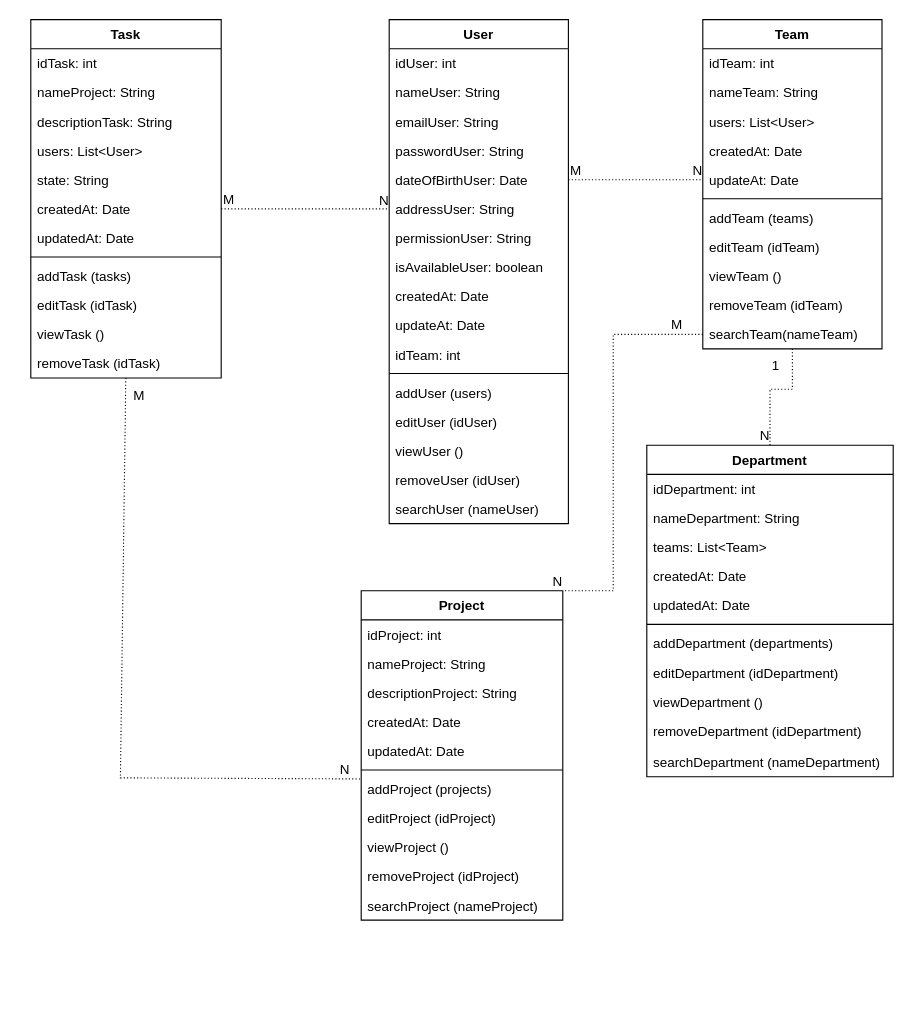
Above: oop/Untitled Diagram.drawio in hieunn301/ETC-intern (draw.io), before the change. Source tidied: cells renumbered, new cells numbered last; positions are measured from the earlier drawing's top-left corner, leaving out a move shared by most shapes. Both pictures are drawn from the tidied source at 112%, with x=0, y=0 at pixel (30, 19).
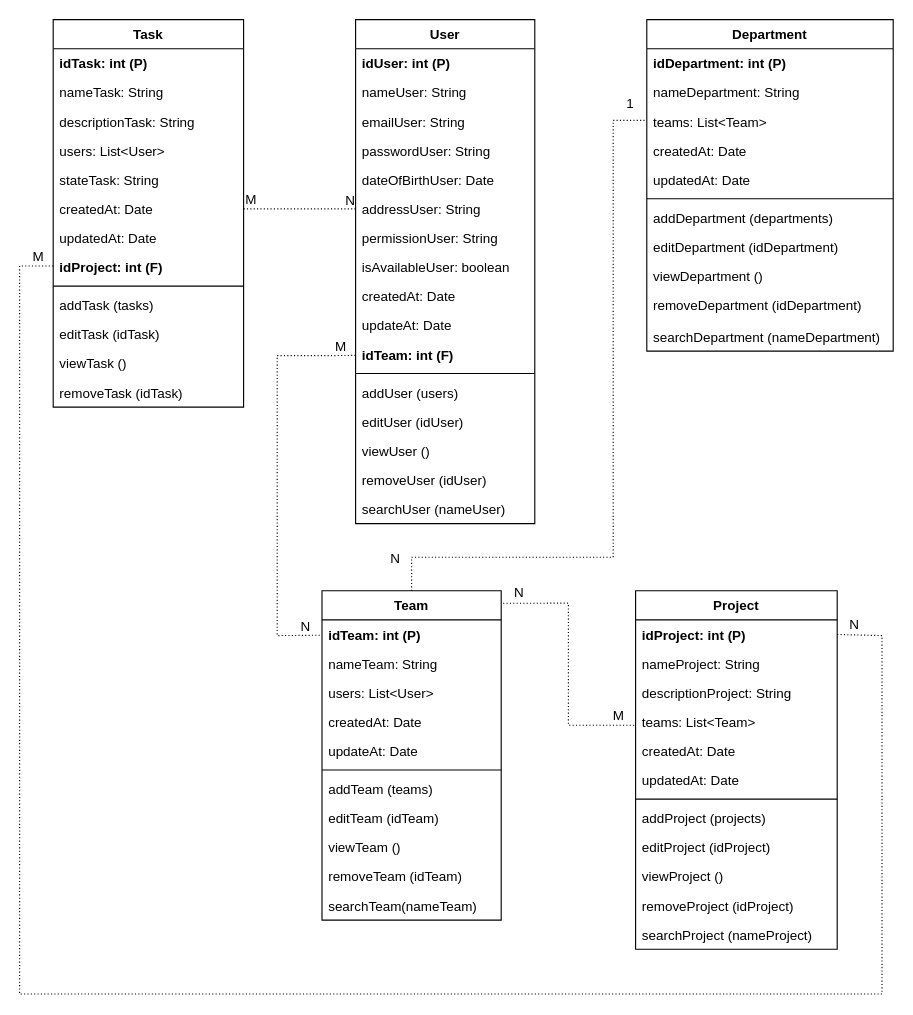
The same page after the edit.

Unchanged cells that the change refers to:
```xml
<mxCell id="7" value="dateOfBirthUser: Date" style="text;strokeColor=none;fillColor=none;align=left;verticalAlign=top;spacingLeft=4;spacingRight=4;overflow=hidden;points=[[0,0.5],[1,0.5]];portConstraint=eastwest;" parent="2" vertex="1">
  <mxGeometry y="130" width="160" height="26" as="geometry" />
</mxCell>
<mxCell id="37" value="updateAt: Date" style="text;strokeColor=none;fillColor=none;align=left;verticalAlign=top;spacingLeft=4;spacingRight=4;overflow=hidden;points=[[0,0.5],[1,0.5]];portConstraint=eastwest;" parent="32" vertex="1">
  <mxGeometry y="130" width="160" height="26" as="geometry" />
</mxCell>
<mxCell id="43" value="searchTeam(nameTeam)" style="text;strokeColor=none;fillColor=none;align=left;verticalAlign=top;spacingLeft=4;spacingRight=4;overflow=hidden;points=[[0,0.5],[1,0.5]];portConstraint=eastwest;" parent="32" vertex="1">
  <mxGeometry y="268" width="160" height="26" as="geometry" />
</mxCell>
```

What changed in the source:
```diff
@@
     <mxCell id="2" value="User" style="swimlane;fontStyle=1;align=center;verticalAlign=top;horizontal=1;startSize=26;" parent="1" vertex="1">
-      <mxGeometry x="320" width="160" height="450" as="geometry" />
+      <mxGeometry x="290" width="160" height="450" as="geometry" />
     </mxCell>
-    <mxCell id="3" value="idUser: int" style="text;strokeColor=none;fillColor=none;align=left;verticalAlign=top;spacingLeft=4;spacingRight=4;overflow=hidden;" parent="2" vertex="1">
+    <mxCell id="3" value="idUser: int (P)" style="text;strokeColor=none;fillColor=none;align=left;verticalAlign=top;spacingLeft=4;spacingRight=4;overflow=hidden;fontStyle=1;" parent="2" vertex="1">
       <mxGeometry y="26" width="160" height="26" as="geometry" />
     </mxCell>
@@
-    <mxCell id="13" value="idTeam: int" style="text;strokeColor=none;fillColor=none;align=left;verticalAlign=top;spacingLeft=4;spacingRight=4;overflow=hidden;points=[[0,0.5],[1,0.5]];portConstraint=eastwest;" parent="2" vertex="1">
+    <mxCell id="13" value="idTeam: int (F)" style="text;strokeColor=none;fillColor=none;align=left;verticalAlign=top;spacingLeft=4;spacingRight=4;overflow=hidden;points=[[0,0.5],[1,0.5]];portConstraint=eastwest;fontStyle=1;" parent="2" vertex="1">
       <mxGeometry y="286" width="160" height="26" as="geometry" />
     </mxCell>
@@
     <mxCell id="20" value="Department" style="swimlane;fontStyle=1;align=center;verticalAlign=top;horizontal=1;startSize=26;" parent="1" vertex="1">
-      <mxGeometry x="550" y="380" width="220" height="296" as="geometry" />
+      <mxGeometry x="550" width="220" height="296" as="geometry" />
     </mxCell>
-    <mxCell id="21" value="idDepartment: int" style="text;strokeColor=none;fillColor=none;align=left;verticalAlign=top;spacingLeft=4;spacingRight=4;overflow=hidden;" parent="20" vertex="1">
+    <mxCell id="21" value="idDepartment: int (P)" style="text;strokeColor=none;fillColor=none;align=left;verticalAlign=top;spacingLeft=4;spacingRight=4;overflow=hidden;fontStyle=1;" parent="20" vertex="1">
       <mxGeometry y="26" width="220" height="26" as="geometry" />
     </mxCell>
@@
     <mxCell id="32" value="Team" style="swimlane;fontStyle=1;align=center;verticalAlign=top;horizontal=1;startSize=26;" parent="1" vertex="1">
-      <mxGeometry x="600" width="160" height="294" as="geometry" />
+      <mxGeometry x="260" y="510" width="160" height="294" as="geometry" />
     </mxCell>
-    <mxCell id="33" value="idTeam: int" style="text;strokeColor=none;fillColor=none;align=left;verticalAlign=top;spacingLeft=4;spacingRight=4;overflow=hidden;points=[[0,0.5],[1,0.5]];portConstraint=eastwest;" parent="32" vertex="1">
+    <mxCell id="33" value="idTeam: int (P)" style="text;strokeColor=none;fillColor=none;align=left;verticalAlign=top;spacingLeft=4;spacingRight=4;overflow=hidden;points=[[0,0.5],[1,0.5]];portConstraint=eastwest;fontStyle=1;" parent="32" vertex="1">
       <mxGeometry y="26" width="160" height="26" as="geometry" />
     </mxCell>
@@
     <mxCell id="44" value="Task" style="swimlane;fontStyle=1;align=center;verticalAlign=top;horizontal=1;startSize=26;" parent="1" vertex="1">
-      <mxGeometry width="170" height="320" as="geometry" />
+      <mxGeometry x="20" width="170" height="346" as="geometry" />
     </mxCell>
-    <mxCell id="45" value="idTask: int" style="text;strokeColor=none;fillColor=none;align=left;verticalAlign=top;spacingLeft=4;spacingRight=4;overflow=hidden;" parent="44" vertex="1">
+    <mxCell id="45" value="idTask: int (P)" style="text;strokeColor=none;fillColor=none;align=left;verticalAlign=top;spacingLeft=4;spacingRight=4;overflow=hidden;fontStyle=1;" parent="44" vertex="1">
       <mxGeometry y="26" width="170" height="26" as="geometry" />
     </mxCell>
-    <mxCell id="46" value="nameProject: String" style="text;strokeColor=none;fillColor=none;align=left;verticalAlign=top;spacingLeft=4;spacingRight=4;overflow=hidden;" parent="44" vertex="1">
+    <mxCell id="46" value="nameTask: String" style="text;strokeColor=none;fillColor=none;align=left;verticalAlign=top;spacingLeft=4;spacingRight=4;overflow=hidden;" parent="44" vertex="1">
       <mxGeometry y="52" width="170" height="26" as="geometry" />
     </mxCell>
@@
-    <mxCell id="49" value="state: String" style="text;strokeColor=none;fillColor=none;align=left;verticalAlign=top;spacingLeft=4;spacingRight=4;overflow=hidden;" parent="44" vertex="1">
+    <mxCell id="49" value="stateTask: String" style="text;strokeColor=none;fillColor=none;align=left;verticalAlign=top;spacingLeft=4;spacingRight=4;overflow=hidden;" parent="44" vertex="1">
       <mxGeometry y="130" width="170" height="26" as="geometry" />
     </mxCell>
@@
+    <mxCell id="84" value="idProject: int (F)" style="text;strokeColor=none;fillColor=none;align=left;verticalAlign=top;spacingLeft=4;spacingRight=4;overflow=hidden;fontStyle=1;" parent="44" vertex="1">
+      <mxGeometry y="208" width="170" height="26" as="geometry" />
+    </mxCell>
     <mxCell id="52" style="line;strokeWidth=1;fillColor=none;align=left;verticalAlign=middle;spacingTop=-1;spacingLeft=3;spacingRight=3;labelPosition=right;strokeColor=inherit;" parent="44" vertex="1">
-      <mxGeometry y="208" width="170" height="8" as="geometry" />
+      <mxGeometry y="234" width="170" height="8" as="geometry" />
     </mxCell>
     <mxCell id="53" value="addTask (tasks)" style="text;strokeColor=none;fillColor=none;align=left;verticalAlign=top;spacingLeft=4;spacingRight=4;overflow=hidden;" parent="44" vertex="1">
-      <mxGeometry y="216" width="170" height="26" as="geometry" />
+      <mxGeometry y="242" width="170" height="26" as="geometry" />
     </mxCell>
     <mxCell id="54" value="editTask (idTask)" style="text;strokeColor=none;fillColor=none;align=left;verticalAlign=top;spacingLeft=4;spacingRight=4;overflow=hidden;" parent="44" vertex="1">
-      <mxGeometry y="242" width="170" height="26" as="geometry" />
+      <mxGeometry y="268" width="170" height="26" as="geometry" />
     </mxCell>
     <mxCell id="55" value="viewTask ()" style="text;strokeColor=none;fillColor=none;align=left;verticalAlign=top;spacingLeft=4;spacingRight=4;overflow=hidden;" parent="44" vertex="1">
-      <mxGeometry y="268" width="170" height="26" as="geometry" />
+      <mxGeometry y="294" width="170" height="26" as="geometry" />
     </mxCell>
     <mxCell id="56" value="removeTask (idTask)" style="text;strokeColor=none;fillColor=none;align=left;verticalAlign=top;spacingLeft=4;spacingRight=4;overflow=hidden;points=[[0,0.5],[1,0.5]];portConstraint=eastwest;" parent="44" vertex="1">
-      <mxGeometry y="294" width="170" height="26" as="geometry" />
+      <mxGeometry y="320" width="170" height="26" as="geometry" />
     </mxCell>
     <mxCell id="57" value="Project" style="swimlane;fontStyle=1;align=center;verticalAlign=top;horizontal=1;startSize=26;" parent="1" vertex="1">
-      <mxGeometry x="295" y="510" width="180" height="294" as="geometry" />
+      <mxGeometry x="540" y="510" width="180" height="320" as="geometry" />
     </mxCell>
-    <mxCell id="58" value="idProject: int" style="text;strokeColor=none;fillColor=none;align=left;verticalAlign=top;spacingLeft=4;spacingRight=4;overflow=hidden;points=[[0,0.5],[1,0.5]];portConstraint=eastwest;" parent="57" vertex="1">
+    <mxCell id="58" value="idProject: int (P)" style="text;strokeColor=none;fillColor=none;align=left;verticalAlign=top;spacingLeft=4;spacingRight=4;overflow=hidden;points=[[0,0.5],[1,0.5]];portConstraint=eastwest;fontStyle=1;" parent="57" vertex="1">
       <mxGeometry y="26" width="180" height="26" as="geometry" />
     </mxCell>
@@
+    <mxCell id="85" value="descriptionProject: String" style="text;strokeColor=none;fillColor=none;align=left;verticalAlign=top;spacingLeft=4;spacingRight=4;overflow=hidden;" parent="57" vertex="1">
+      <mxGeometry y="78" width="180" height="26" as="geometry" />
+    </mxCell>
-    <mxCell id="60" value="descriptionProject: String" style="text;strokeColor=none;fillColor=none;align=left;verticalAlign=top;spacingLeft=4;spacingRight=4;overflow=hidden;points=[[0,0.5],[1,0.5]];portConstraint=eastwest;" parent="57" vertex="1">
-      <mxGeometry y="78" width="180" height="26" as="geometry" />
+    <mxCell id="60" value="teams: List&lt;Team&gt;" style="text;strokeColor=none;fillColor=none;align=left;verticalAlign=top;spacingLeft=4;spacingRight=4;overflow=hidden;points=[[0,0.5],[1,0.5]];portConstraint=eastwest;" parent="57" vertex="1">
+      <mxGeometry y="104" width="180" height="26" as="geometry" />
     </mxCell>
     <mxCell id="61" value="createdAt: Date" style="text;strokeColor=none;fillColor=none;align=left;verticalAlign=top;spacingLeft=4;spacingRight=4;overflow=hidden;" parent="57" vertex="1">
-      <mxGeometry y="104" width="180" height="26" as="geometry" />
+      <mxGeometry y="130" width="180" height="26" as="geometry" />
     </mxCell>
     <mxCell id="62" value="updatedAt: Date" style="text;strokeColor=none;fillColor=none;align=left;verticalAlign=top;spacingLeft=4;spacingRight=4;overflow=hidden;" parent="57" vertex="1">
-      <mxGeometry y="130" width="180" height="26" as="geometry" />
+      <mxGeometry y="156" width="180" height="26" as="geometry" />
     </mxCell>
     <mxCell id="63" style="line;strokeWidth=1;fillColor=none;align=left;verticalAlign=middle;spacingTop=-1;spacingLeft=3;spacingRight=3;labelPosition=right;strokeColor=inherit;" parent="57" vertex="1">
-      <mxGeometry y="156" width="180" height="8" as="geometry" />
+      <mxGeometry y="182" width="180" height="8" as="geometry" />
     </mxCell>
     <mxCell id="64" value="addProject (projects)" style="text;strokeColor=none;fillColor=none;align=left;verticalAlign=top;spacingLeft=4;spacingRight=4;overflow=hidden;points=[[0,0.5],[1,0.5]];portConstraint=eastwest;" parent="57" vertex="1">
-      <mxGeometry y="164" width="180" height="26" as="geometry" />
+      <mxGeometry y="190" width="180" height="26" as="geometry" />
     </mxCell>
     <mxCell id="65" value="editProject (idProject)" style="text;strokeColor=none;fillColor=none;align=left;verticalAlign=top;spacingLeft=4;spacingRight=4;overflow=hidden;" parent="57" vertex="1">
-      <mxGeometry y="190" width="180" height="26" as="geometry" />
+      <mxGeometry y="216" width="180" height="26" as="geometry" />
     </mxCell>
     <mxCell id="66" value="viewProject ()" style="text;strokeColor=none;fillColor=none;align=left;verticalAlign=top;spacingLeft=4;spacingRight=4;overflow=hidden;" parent="57" vertex="1">
-      <mxGeometry y="216" width="180" height="26" as="geometry" />
+      <mxGeometry y="242" width="180" height="26" as="geometry" />
     </mxCell>
     <mxCell id="67" value="removeProject (idProject)" style="text;strokeColor=none;fillColor=none;align=left;verticalAlign=top;spacingLeft=4;spacingRight=4;overflow=hidden;" parent="57" vertex="1">
-      <mxGeometry y="242" width="180" height="26" as="geometry" />
+      <mxGeometry y="268" width="180" height="26" as="geometry" />
     </mxCell>
     <mxCell id="68" value="searchProject (nameProject)" style="text;strokeColor=none;fillColor=none;align=left;verticalAlign=top;spacingLeft=4;spacingRight=4;overflow=hidden;" parent="57" vertex="1">
-      <mxGeometry y="268" width="180" height="26" as="geometry" />
+      <mxGeometry y="294" width="180" height="26" as="geometry" />
     </mxCell>
-    <mxCell id="69" style="endArrow=none;html=1;rounded=0;dashed=1;dashPattern=1 2;entryX=0.5;entryY=0;entryDx=0;entryDy=0;" parent="1" edge="1" source="43" target="20">
+    <mxCell id="69" style="endArrow=none;html=1;rounded=0;dashed=1;dashPattern=1 2;exitX=0.5;exitY=0;exitDx=0;exitDy=0;" parent="1" edge="1" source="32">
       <mxGeometry relative="1" as="geometry">
+        <mxPoint x="550" y="90" as="targetPoint" />
         <Array as="points">
-          <mxPoint x="680" y="330" />
-          <mxPoint x="660" y="330" />
+          <mxPoint x="340" y="480" />
+          <mxPoint x="520" y="480" />
+          <mxPoint x="520" y="340" />
+          <mxPoint x="520" y="90" />
         </Array>
       </mxGeometry>
     </mxCell>
     <mxCell id="70" value="N" style="html=1;align=right;verticalAlign=bottom;" parent="69" vertex="1">
-      <mxGeometry x="1" relative="1" as="geometry" />
+      <mxGeometry x="1" relative="1" as="geometry">
+        <mxPoint x="-220" y="400" as="offset" />
+      </mxGeometry>
     </mxCell>
-    <mxCell id="71" style="endArrow=none;html=1;rounded=0;dashed=1;dashPattern=1 2;exitX=1;exitY=0.5;exitDx=0;exitDy=0;" parent="1" edge="1" source="7" target="37">
-      <mxGeometry relative="1" as="geometry" />
+    <mxCell id="71" style="endArrow=none;html=1;rounded=0;dashed=1;dashPattern=1 2;" parent="1" edge="1" source="13" target="33">
+      <mxGeometry relative="1" as="geometry">
+        <Array as="points">
+          <mxPoint x="270" y="300" />
+          <mxPoint x="220" y="300" />
+          <mxPoint x="220" y="550" />
+        </Array>
+      </mxGeometry>
     </mxCell>
     <mxCell id="72" value="M" style="html=1;align=left;verticalAlign=bottom;" parent="71" vertex="1">
-      <mxGeometry x="-1" relative="1" as="geometry" />
+      <mxGeometry x="-1" relative="1" as="geometry">
+        <mxPoint x="-20" as="offset" />
+      </mxGeometry>
     </mxCell>
     <mxCell id="73" value="N" style="html=1;align=right;verticalAlign=bottom;" parent="71" vertex="1">
-      <mxGeometry x="1" relative="1" as="geometry" />
+      <mxGeometry x="1" relative="1" as="geometry">
+        <mxPoint x="-10" as="offset" />
+      </mxGeometry>
     </mxCell>
@@
     <mxCell id="77" value="1" style="text;html=1;align=center;verticalAlign=middle;strokeColor=none;fillColor=none;" parent="1" vertex="1">
-      <mxGeometry x="650" y="294" width="30" height="30" as="geometry" />
+      <mxGeometry x="520" y="60" width="30" height="30" as="geometry" />
     </mxCell>
-    <mxCell id="78" style="endArrow=none;html=1;rounded=0;dashed=1;dashPattern=1 2;exitX=0;exitY=0.5;exitDx=0;exitDy=0;entryX=1;entryY=0;entryDx=0;entryDy=0;" parent="1" edge="1" source="43" target="57">
+    <mxCell id="78" style="endArrow=none;html=1;rounded=0;dashed=1;dashPattern=1 2;exitX=1.011;exitY=0.038;exitDx=0;exitDy=0;exitPerimeter=0;entryX=0.004;entryY=0.597;entryDx=0;entryDy=0;entryPerimeter=0;" parent="1" edge="1" source="32" target="60">
       <mxGeometry relative="1" as="geometry">
         <Array as="points">
-          <mxPoint x="520" y="281" />
-          <mxPoint x="520" y="510" />
+          <mxPoint x="480" y="521" />
+          <mxPoint x="480" y="630" />
+          <mxPoint x="540" y="630" />
         </Array>
       </mxGeometry>
     </mxCell>
-    <mxCell id="79" value="M" style="html=1;align=left;verticalAlign=bottom;" parent="78" vertex="1">
+    <mxCell id="79" value="N" style="html=1;align=left;verticalAlign=bottom;" parent="78" vertex="1">
       <mxGeometry x="-1" relative="1" as="geometry">
-        <mxPoint x="-30" as="offset" />
+        <mxPoint x="8" y="-1" as="offset" />
       </mxGeometry>
     </mxCell>
-    <mxCell id="80" value="N" style="html=1;align=right;verticalAlign=bottom;" parent="78" vertex="1">
-      <mxGeometry x="1" relative="1" as="geometry" />
+    <mxCell id="80" value="M" style="html=1;align=right;verticalAlign=bottom;" parent="78" vertex="1">
+      <mxGeometry x="1" relative="1" as="geometry">
+        <mxPoint x="-11" as="offset" />
+      </mxGeometry>
     </mxCell>
-    <mxCell id="81" style="endArrow=none;html=1;rounded=0;dashed=1;dashPattern=1 2;entryX=0;entryY=0.154;entryDx=0;entryDy=0;entryPerimeter=0;" parent="1" edge="1" source="56" target="64">
-      <mxGeometry relative="1" as="geometry">
-        <Array as="points">
-          <mxPoint x="80" y="677" />
-        </Array>
-      </mxGeometry>
-    </mxCell>
+    <mxCell id="86" style="endArrow=none;html=1;rounded=0;dashed=1;dashPattern=1 2;entryX=1;entryY=0.5;entryDx=0;entryDy=0;" parent="1" edge="1" target="58">
+      <mxGeometry relative="1" as="geometry">
+        <mxPoint x="20" y="220" as="sourcePoint" />
+        <Array as="points">
+          <mxPoint x="-10" y="220" />
+          <mxPoint x="-10" y="870" />
+          <mxPoint x="760" y="870" />
+          <mxPoint x="760" y="550" />
+        </Array>
+      </mxGeometry>
+    </mxCell>
-    <mxCell id="82" value="M" style="html=1;align=left;verticalAlign=bottom;" parent="81" vertex="1">
+    <mxCell id="82" value="M" style="html=1;align=left;verticalAlign=bottom;" parent="86" vertex="1">
       <mxGeometry x="-1" relative="1" as="geometry">
-        <mxPoint x="5" y="24" as="offset" />
+        <mxPoint x="-20" as="offset" />
       </mxGeometry>
     </mxCell>
-    <mxCell id="83" value="N" style="html=1;align=right;verticalAlign=bottom;" parent="81" vertex="1">
+    <mxCell id="83" value="N" style="html=1;align=right;verticalAlign=bottom;" parent="86" vertex="1">
       <mxGeometry x="1" relative="1" as="geometry">
-        <mxPoint x="-10" as="offset" />
+        <mxPoint x="20" as="offset" />
       </mxGeometry>
     </mxCell>
```
